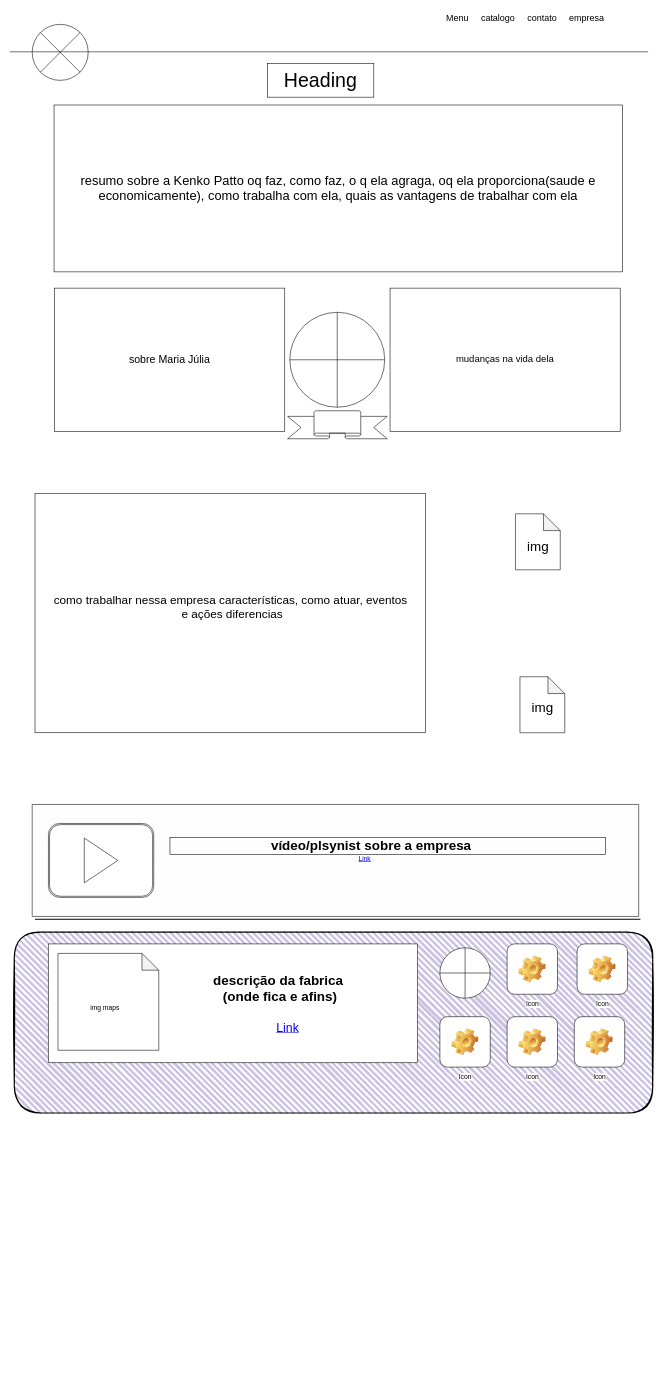
The draw.io diagram page "Página-1" (1 of 2) of Diagrama sem nome.drawio in josezito69/html5css3, before the edit. Source tidied: cells renumbered, new cells numbered last; positions are measured from the earlier drawing's top-left corner, leaving out a move shared by most shapes. Both pictures are drawn from the tidied source at 56%, with x=0, y=0 at pixel (10, 10).
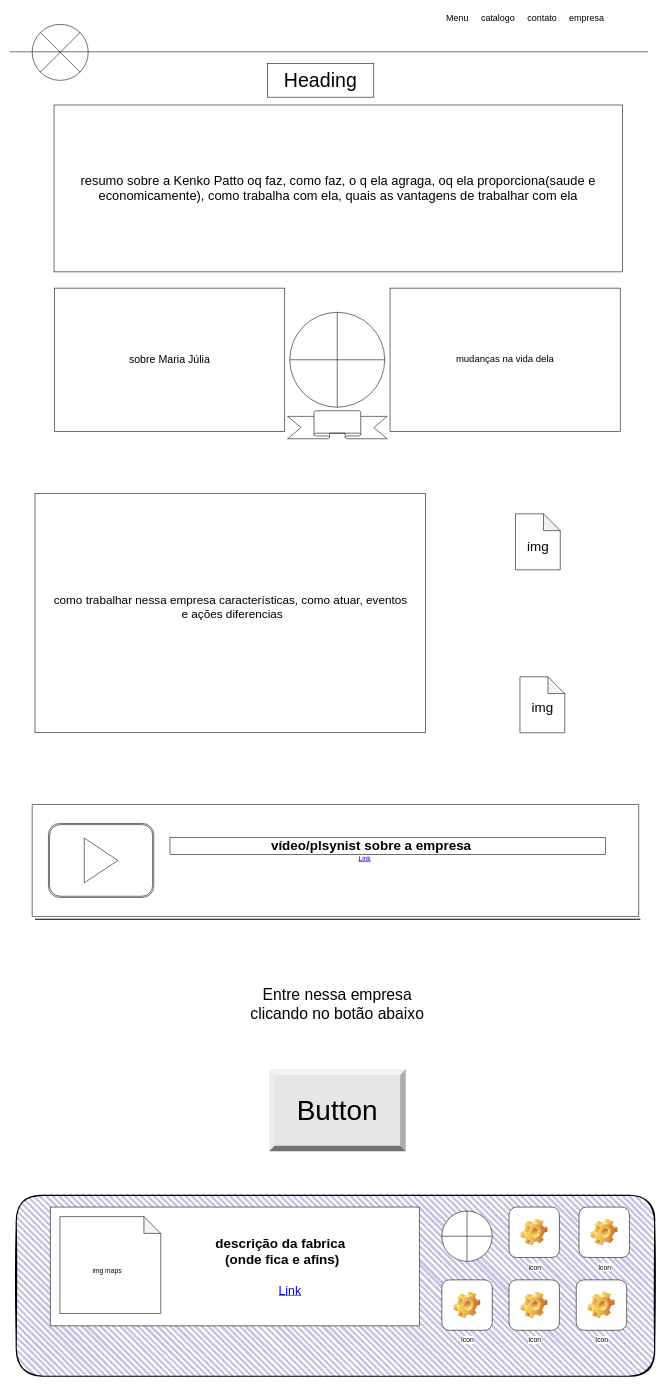
The same diagram, later.

The edit, as a diff of the source:
```diff
@@
     <mxCell id="2" style="rounded=1;whiteSpace=wrap;html=1;strokeWidth=2;fillWeight=4;hachureGap=8;hachureAngle=45;fillColor=#CAC2E2;sketch=1;" parent="1" vertex="1">
-      <mxGeometry x="8" y="1647" width="1140" height="323" as="geometry" />
+      <mxGeometry x="11.5" y="2117" width="1140" height="323" as="geometry" />
     </mxCell>
@@
     <mxCell id="14" value="Icon" style="icon;html=1;image=img/clipart/Gear_128x128.png;" parent="1" vertex="1">
-      <mxGeometry x="1008" y="1798" width="90" height="90" as="geometry" />
+      <mxGeometry x="1011.5" y="2268" width="90" height="90" as="geometry" />
     </mxCell>
     <mxCell id="15" value="Icon" style="icon;html=1;image=img/clipart/Gear_128x128.png;" parent="1" vertex="1">
-      <mxGeometry x="888" y="1668" width="90" height="90" as="geometry" />
+      <mxGeometry x="891.5" y="2138" width="90" height="90" as="geometry" />
     </mxCell>
     <mxCell id="16" style="verticalLabelPosition=bottom;verticalAlign=top;html=1;shape=mxgraph.basic.rect;fillColor2=none;strokeWidth=1;size=20;indent=5;" parent="1" vertex="1">
-      <mxGeometry x="69" y="1668" width="659" height="212" as="geometry" />
+      <mxGeometry x="72.5" y="2138" width="659" height="212" as="geometry" />
     </mxCell>
@@
     <mxCell id="27" value="descrição da fabrica&lt;div&gt;&amp;nbsp;(onde fica e afins)&lt;/div&gt;" style="text;strokeColor=none;fillColor=none;html=1;fontSize=24;fontStyle=1;verticalAlign=middle;align=center;" parent="1" vertex="1">
-      <mxGeometry x="213" y="1728" width="532" height="40" as="geometry" />
+      <mxGeometry x="216.5" y="2198" width="532" height="40" as="geometry" />
     </mxCell>
     <mxCell id="28" style="shape=note;whiteSpace=wrap;html=1;backgroundOutline=1;darkOpacity=0.05;" parent="1" vertex="1">
-      <mxGeometry x="86" y="1685" width="180" height="173" as="geometry" />
+      <mxGeometry x="89.5" y="2155" width="180" height="173" as="geometry" />
     </mxCell>
     <mxCell id="29" value="img maps" style="text;html=1;align=center;verticalAlign=middle;whiteSpace=wrap;rounded=0;" parent="1" vertex="1">
-      <mxGeometry x="140" y="1768" width="60" height="30" as="geometry" />
+      <mxGeometry x="143.5" y="2238" width="60" height="30" as="geometry" />
     </mxCell>
     <mxCell id="30" value="&lt;font style=&quot;font-size: 22px;&quot;&gt;Link&lt;/font&gt;" style="text;html=1;strokeColor=none;fillColor=none;whiteSpace=wrap;align=center;verticalAlign=middle;fontColor=#0000EE;fontStyle=4;" parent="1" vertex="1">
-      <mxGeometry x="275" y="1798" width="443" height="40" as="geometry" />
+      <mxGeometry x="278.5" y="2268" width="443" height="40" as="geometry" />
     </mxCell>
     <mxCell id="31" value="Icon" style="icon;html=1;image=img/clipart/Gear_128x128.png;" parent="1" vertex="1">
-      <mxGeometry x="1013" y="1668" width="90" height="90" as="geometry" />
+      <mxGeometry x="1016.5" y="2138" width="90" height="90" as="geometry" />
     </mxCell>
     <mxCell id="32" value="Icon" style="icon;html=1;image=img/clipart/Gear_128x128.png;" parent="1" vertex="1">
-      <mxGeometry x="768" y="1798" width="90" height="90" as="geometry" />
+      <mxGeometry x="771.5" y="2268" width="90" height="90" as="geometry" />
     </mxCell>
     <mxCell id="33" value="Icon" style="icon;html=1;image=img/clipart/Gear_128x128.png;" parent="1" vertex="1">
-      <mxGeometry x="888" y="1798" width="90" height="90" as="geometry" />
+      <mxGeometry x="891.5" y="2268" width="90" height="90" as="geometry" />
     </mxCell>
     <mxCell id="34" style="shape=orEllipse;perimeter=ellipsePerimeter;whiteSpace=wrap;html=1;backgroundOutline=1;" parent="1" vertex="1">
-      <mxGeometry x="768" y="1675" width="90" height="90" as="geometry" />
+      <mxGeometry x="771.5" y="2145" width="90" height="90" as="geometry" />
     </mxCell>
+    <mxCell id="35" value="Entre nessa empresa clicando no botão abaixo" style="text;html=1;align=center;verticalAlign=middle;whiteSpace=wrap;rounded=0;fontSize=28;" parent="1" vertex="1">
+      <mxGeometry x="420" y="1761" width="330" height="30" as="geometry" />
+    </mxCell>
+    <mxCell id="36" value="&lt;font style=&quot;font-size: 50px;&quot;&gt;Button&lt;/font&gt;" style="labelPosition=center;verticalLabelPosition=middle;align=center;html=1;shape=mxgraph.basic.shaded_button;dx=10;fillColor=#E6E6E6;strokeColor=none;whiteSpace=wrap;" parent="1" vertex="1">
+      <mxGeometry x="463" y="1892" width="244" height="146.4" as="geometry" />
+    </mxCell>
```
